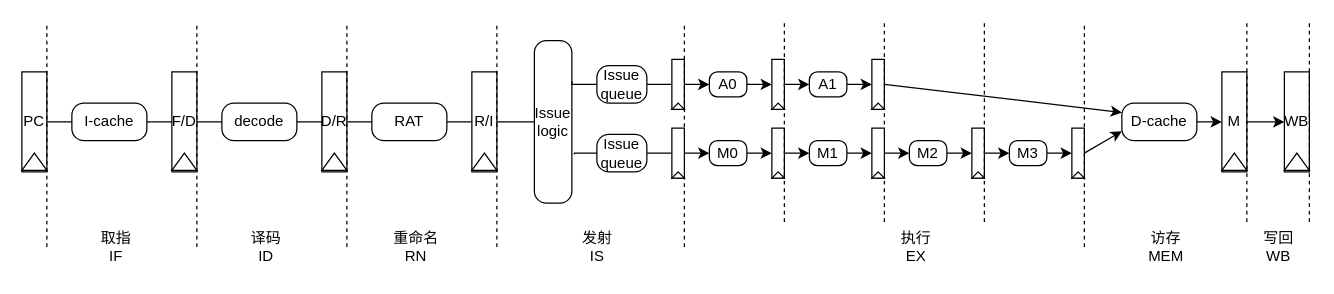
Earlier version of the draw.io diagram page "6-8" (4 of 6) of directory/流水线.drawio (lllwwwooo/draw.io). Source tidied: cells renumbered, new cells numbered last; positions are measured from the earlier drawing's top-left corner, leaving out a move shared by most shapes. Both pictures are drawn from the tidied source at 125%, with x=0, y=0 at pixel (21, 21).
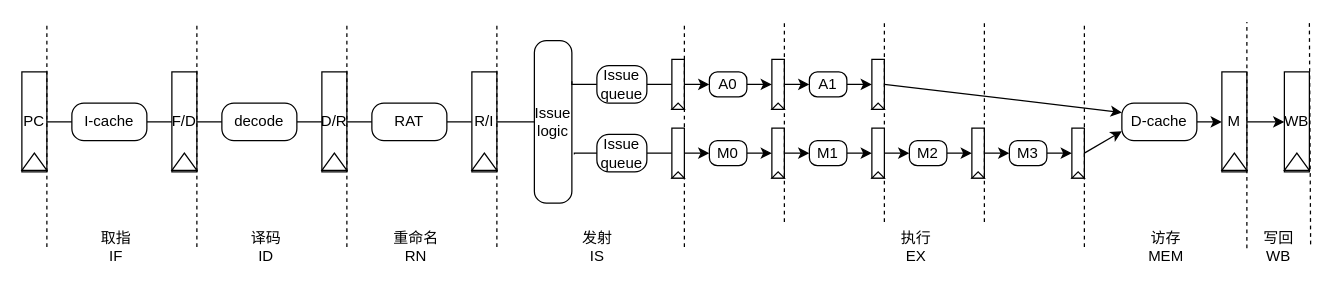
The same diagram, later.

Commit message (it also covers changes not shown here):
更新流水线.drawio

Unchanged cells that the change refers to:
```xml
<mxCell id="72" style="group;" parent="1" vertex="1">
  <mxGeometry x="960" y="40" width="20" height="80" as="geometry" />
</mxCell>
<mxCell id="99" value="写回&lt;div&gt;WB&lt;/div&gt;" style="text;html=1;align=center;verticalAlign=middle;points=[];strokeColor=none;fillColor=none;" parent="1" vertex="1">
  <mxGeometry x="980" y="160" width="50" height="40" as="geometry" />
</mxCell>
```

Diff of the diagram source:
```diff
@@
-    <mxCell id="75" style="endArrow=none;dashed=1;html=1;rounded=0;" parent="72" edge="1">
+    <mxCell id="75" style="endArrow=none;dashed=1;html=1;rounded=0;exitX=0;exitY=0.525;exitDx=0;exitDy=0;exitPerimeter=0;" parent="72" edge="1" source="99">
       <mxGeometry relative="1" as="geometry">
-        <mxPoint x="20" y="120" as="sourcePoint" />
         <mxPoint x="20" y="-40" as="targetPoint" />
       </mxGeometry>
     </mxCell>
@@
-    <mxCell id="92" style="endArrow=none;dashed=1;html=1;rounded=0;" parent="1" edge="1">
+    <mxCell id="92" style="endArrow=none;dashed=1;html=1;rounded=0;exitX=1.02;exitY=0.45;exitDx=0;exitDy=0;exitPerimeter=0;" parent="1" edge="1" source="99">
       <mxGeometry relative="1" as="geometry">
-        <mxPoint x="1030" y="160" as="sourcePoint" />
         <mxPoint x="1030" as="targetPoint" />
       </mxGeometry>
     </mxCell>
```
